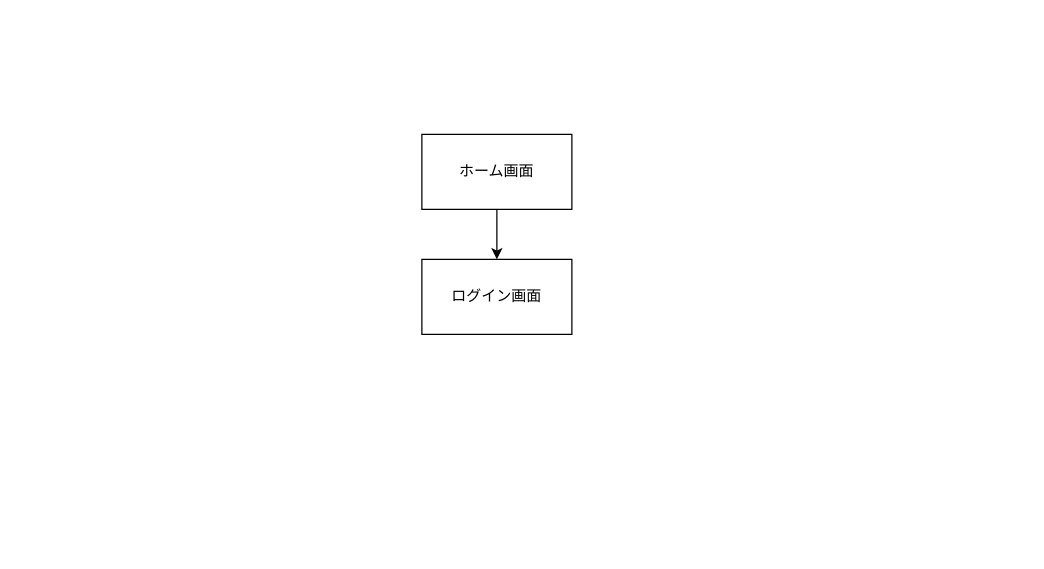
Above: UIFlows.drawio in Takuo27/Travel_Map (draw.io), before the change. Source tidied: cells renumbered, new cells numbered last; positions are measured from the earlier drawing's top-left corner, leaving out a move shared by most shapes. Both pictures are drawn from the tidied source at 125%, with x=0, y=0 at pixel (421, 134).
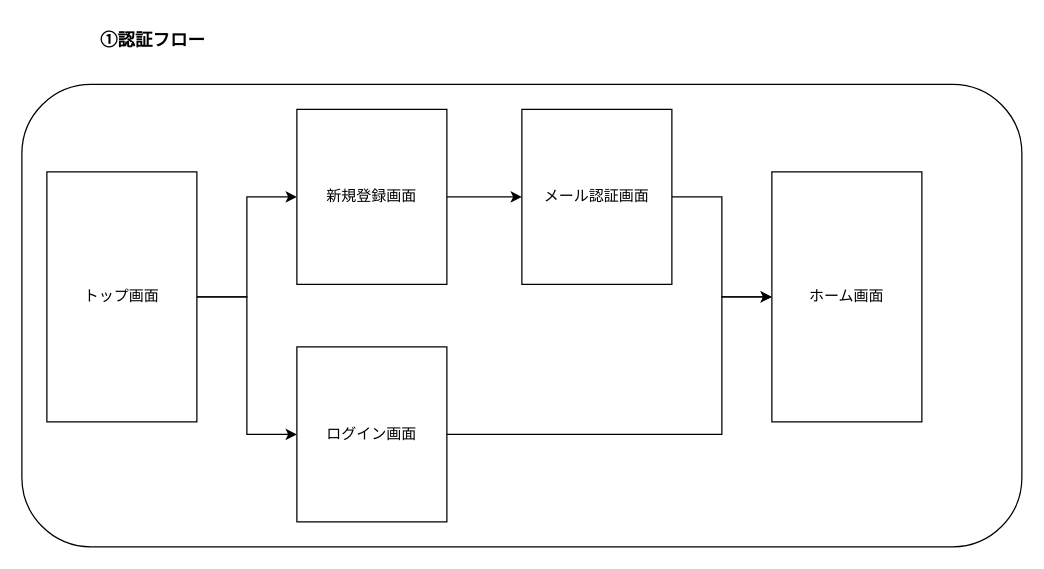
The same page after the edit.

Diff of the diagram source:
```diff
@@
 <mxGraphModel>
   <root>
     <mxCell id="0" />
     <mxCell id="1" parent="0" />
+    <mxCell id="5" style="edgeStyle=orthogonalEdgeStyle;rounded=0;jettySize=auto;html=1;entryX=0;entryY=0.5;entryDx=0;entryDy=0;" parent="1" edge="1" target="9">
+      <mxGeometry relative="1" as="geometry">
+        <mxPoint x="-260" y="50" as="sourcePoint" />
+      </mxGeometry>
+    </mxCell>
+    <mxCell id="6" style="group;" parent="1" vertex="1">
+      <mxGeometry x="-320" y="-40" width="800" height="370" as="geometry" />
+    </mxCell>
+    <mxCell id="7" style="rounded=1;whiteSpace=wrap;html=1;" parent="6" vertex="1">
+      <mxGeometry width="800" height="370" as="geometry" />
+    </mxCell>
+    <mxCell id="8" style="edgeStyle=orthogonalEdgeStyle;rounded=0;jettySize=auto;html=1;entryX=0;entryY=0.5;entryDx=0;entryDy=0;" parent="6" edge="1" source="2" target="9">
+      <mxGeometry relative="1" as="geometry" />
+    </mxCell>
-    <mxCell id="2" value="ホーム画面" style="rounded=0;whiteSpace=wrap;html=1;" parent="1" vertex="1">
-      <mxGeometry width="120" height="60" as="geometry" />
+    <mxCell id="2" value="トップ画面" style="rounded=0;whiteSpace=wrap;html=1;" parent="6" vertex="1">
+      <mxGeometry x="20" y="70" width="120" height="200" as="geometry" />
     </mxCell>
+    <mxCell id="4" value="ログイン画面" style="whiteSpace=wrap;html=1;rounded=0;" parent="6" vertex="1">
+      <mxGeometry x="220" y="210" width="120" height="140" as="geometry" />
+    </mxCell>
+    <mxCell id="9" value="新規登録画面" style="whiteSpace=wrap;html=1;rounded=0;" parent="6" vertex="1">
+      <mxGeometry x="220" y="20" width="120" height="140" as="geometry" />
+    </mxCell>
+    <mxCell id="10" value="メール認証画面" style="whiteSpace=wrap;html=1;rounded=0;" parent="6" vertex="1">
+      <mxGeometry x="400" y="20" width="120" height="140" as="geometry" />
+    </mxCell>
+    <mxCell id="11" value="ホーム画面" style="rounded=0;whiteSpace=wrap;html=1;" parent="6" vertex="1">
+      <mxGeometry x="600" y="70" width="120" height="200" as="geometry" />
+    </mxCell>
-    <mxCell id="3" style="edgeStyle=orthogonalEdgeStyle;rounded=0;jettySize=auto;html=1;" parent="1" edge="1" source="2" target="4">
+    <mxCell id="3" style="edgeStyle=orthogonalEdgeStyle;rounded=0;jettySize=auto;html=1;" parent="6" edge="1" source="2" target="4">
       <mxGeometry relative="1" as="geometry" />
     </mxCell>
-    <mxCell id="4" value="ログイン画面" style="whiteSpace=wrap;html=1;rounded=0;" parent="1" vertex="1">
-      <mxGeometry y="100" width="120" height="60" as="geometry" />
-    </mxCell>
+    <mxCell id="12" style="edgeStyle=orthogonalEdgeStyle;rounded=0;jettySize=auto;html=1;" parent="6" edge="1" source="9" target="10">
+      <mxGeometry relative="1" as="geometry" />
+    </mxCell>
+    <mxCell id="13" style="edgeStyle=orthogonalEdgeStyle;rounded=0;jettySize=auto;html=1;" parent="6" edge="1" source="4" target="11">
+      <mxGeometry relative="1" as="geometry">
+        <Array as="points">
+          <mxPoint x="560" y="280" />
+          <mxPoint x="560" y="170" />
+        </Array>
+      </mxGeometry>
+    </mxCell>
+    <mxCell id="14" style="edgeStyle=orthogonalEdgeStyle;rounded=0;jettySize=auto;html=1;entryX=0;entryY=0.5;entryDx=0;entryDy=0;" parent="6" edge="1" source="10" target="11">
+      <mxGeometry relative="1" as="geometry" />
+    </mxCell>
+    <mxCell id="15" value="&lt;font style=&quot;font-size: 14px;&quot;&gt;&lt;b&gt;①認証フロー&lt;/b&gt;&lt;/font&gt;" style="text;html=1;whiteSpace=wrap;strokeColor=none;fillColor=none;align=center;verticalAlign=middle;rounded=0;" parent="1" vertex="1">
+      <mxGeometry x="-320" y="-90" width="210" height="30" as="geometry" />
+    </mxCell>
   </root>
 </mxGraphModel>
```
